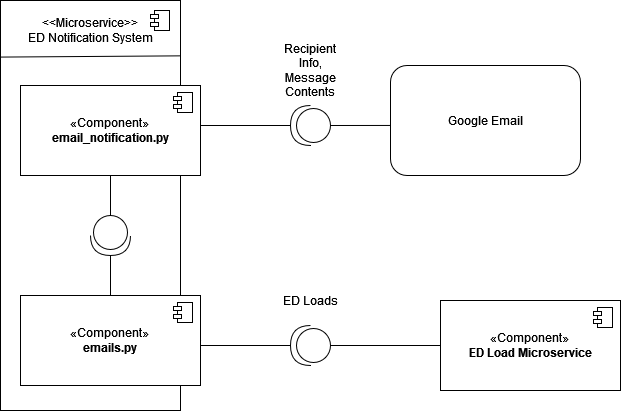
uvic-teach/project-m1-team9 keeps this draw.io diagram as Assets/C&C_Diagram.png. Above is the earlier version. Source tidied: cells renumbered, new cells last; positions are measured from the earlier drawing's top-left corner, leaving out a move shared by most shapes.
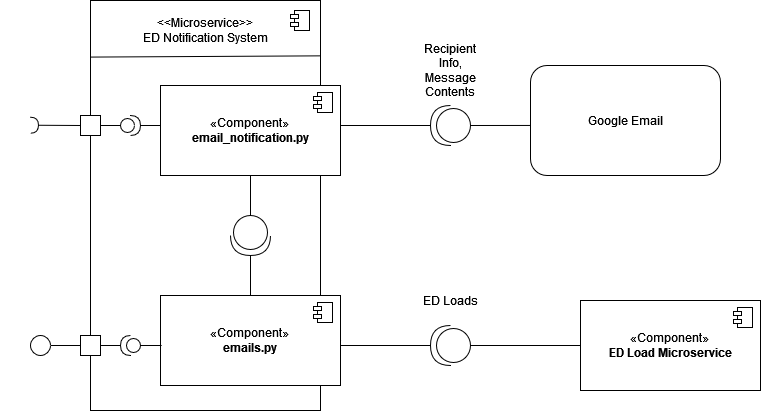
After the change.

Commit message:
Adding external interfaces

Diff of the diagram source:
```diff
@@ -3,10 +3,10 @@
     <mxCell id="0" />
     <mxCell id="1" parent="0" />
     <mxCell id="2" style="rounded=0;whiteSpace=wrap;html=1;" parent="1" vertex="1">
-      <mxGeometry width="180" height="410" as="geometry" />
+      <mxGeometry x="-50" width="230" height="410" as="geometry" />
     </mxCell>
     <mxCell id="3" value="&amp;lt;&amp;lt;Microservice&amp;gt;&amp;gt;&lt;br&gt;&lt;div&gt;ED Notification System&lt;/div&gt;" style="text;html=1;strokeColor=none;fillColor=none;align=center;verticalAlign=middle;whiteSpace=wrap;rounded=0;" parent="1" vertex="1">
-      <mxGeometry x="20" y="10" width="140" height="40" as="geometry" />
+      <mxGeometry x="-5" y="10" width="140" height="40" as="geometry" />
     </mxCell>
     <mxCell id="4" value="«Component»&lt;br&gt;&lt;b&gt;email_notification.py&lt;/b&gt;" style="html=1;whiteSpace=wrap;" parent="1" vertex="1">
       <mxGeometry x="20" y="85" width="180" height="90" as="geometry" />
@@ -88,5 +88,43 @@
     <mxCell id="23" style="shape=module;jettyWidth=8;jettyHeight=4;" parent="1" vertex="1">
       <mxGeometry x="150" y="10" width="19" height="20" as="geometry" />
     </mxCell>
+    <mxCell id="24" style="whiteSpace=wrap;html=1;" parent="1" vertex="1">
+      <mxGeometry x="-60" y="115" width="20" height="20" as="geometry" />
+    </mxCell>
+    <mxCell id="25" style="edgeStyle=orthogonalEdgeStyle;rounded=0;jettySize=auto;html=1;exitX=0;exitY=0.5;exitDx=0;exitDy=0;entryX=1;entryY=0.5;entryDx=0;entryDy=0;endArrow=none;endFill=0;" parent="1" edge="1" source="26" target="31">
+      <mxGeometry relative="1" as="geometry" />
+    </mxCell>
+    <mxCell id="26" style="whiteSpace=wrap;html=1;" parent="1" vertex="1">
+      <mxGeometry x="-60" y="335" width="20" height="20" as="geometry" />
+    </mxCell>
+    <mxCell id="27" style="shape=providedRequiredInterface;html=1;verticalLabelPosition=bottom;sketch=0;" parent="1" vertex="1">
+      <mxGeometry x="-20" y="115" width="20" height="20" as="geometry" />
+    </mxCell>
+    <mxCell id="28" style="shape=providedRequiredInterface;html=1;verticalLabelPosition=bottom;sketch=0;rotation=-180;" parent="1" vertex="1">
+      <mxGeometry x="-20" y="335" width="20" height="20" as="geometry" />
+    </mxCell>
+    <mxCell id="29" style="rounded=0;jettySize=auto;html=1;endArrow=halfCircle;endFill=0;endSize=6;strokeWidth=1;sketch=0;fontSize=12;curved=1;exitX=0;exitY=0.5;exitDx=0;exitDy=0;" parent="1" edge="1" source="24">
+      <mxGeometry relative="1" as="geometry">
+        <mxPoint x="-110" y="124.7" as="targetPoint" />
+      </mxGeometry>
+    </mxCell>
+    <mxCell id="30" style="ellipse;whiteSpace=wrap;html=1;align=center;fillColor=none;strokeColor=none;perimeter=centerPerimeter;" parent="1" vertex="1">
+      <mxGeometry x="-140" y="170" width="10" height="10" as="geometry" />
+    </mxCell>
+    <mxCell id="31" style="ellipse;whiteSpace=wrap;html=1;" parent="1" vertex="1">
+      <mxGeometry x="-110" y="335" width="20" height="20" as="geometry" />
+    </mxCell>
+    <mxCell id="32" style="edgeStyle=orthogonalEdgeStyle;rounded=0;jettySize=auto;html=1;exitX=1;exitY=0.5;exitDx=0;exitDy=0;entryX=0;entryY=0.5;entryDx=0;entryDy=0;entryPerimeter=0;endArrow=none;endFill=0;" parent="1" edge="1" source="24" target="27">
+      <mxGeometry relative="1" as="geometry" />
+    </mxCell>
+    <mxCell id="33" style="edgeStyle=orthogonalEdgeStyle;rounded=0;jettySize=auto;html=1;entryX=-0.003;entryY=0.452;entryDx=0;entryDy=0;entryPerimeter=0;endArrow=none;endFill=0;" parent="1" edge="1" source="27" target="4">
+      <mxGeometry relative="1" as="geometry" />
+    </mxCell>
+    <mxCell id="34" style="edgeStyle=orthogonalEdgeStyle;rounded=0;jettySize=auto;html=1;exitX=1;exitY=0.5;exitDx=0;exitDy=0;entryX=1;entryY=0.5;entryDx=0;entryDy=0;entryPerimeter=0;endArrow=none;endFill=0;" parent="1" edge="1" source="26" target="28">
+      <mxGeometry relative="1" as="geometry" />
+    </mxCell>
+    <mxCell id="35" style="edgeStyle=orthogonalEdgeStyle;rounded=0;jettySize=auto;html=1;exitX=0;exitY=0.5;exitDx=0;exitDy=0;exitPerimeter=0;entryX=0.006;entryY=0.551;entryDx=0;entryDy=0;entryPerimeter=0;endArrow=none;endFill=0;" parent="1" edge="1" source="28" target="12">
+      <mxGeometry relative="1" as="geometry" />
+    </mxCell>
   </root>
 </mxGraphModel>
```
